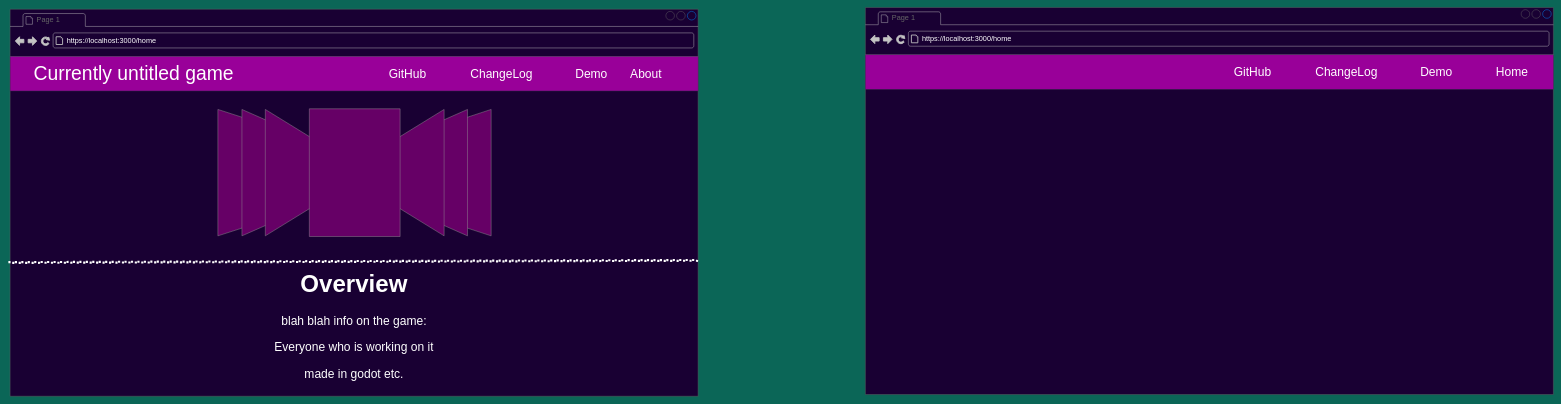
Before: MERN_November/Project/Diagrams/landing pagee.drawio in TKnowland/CodingDojo, a draw.io diagram. Source tidied: cells renumbered, new cells numbered last; positions are measured from the earlier drawing's top-left corner, leaving out a move shared by most shapes. Both pictures are drawn from the tidied source at 43%, with x=0, y=0 at pixel (8, 7).
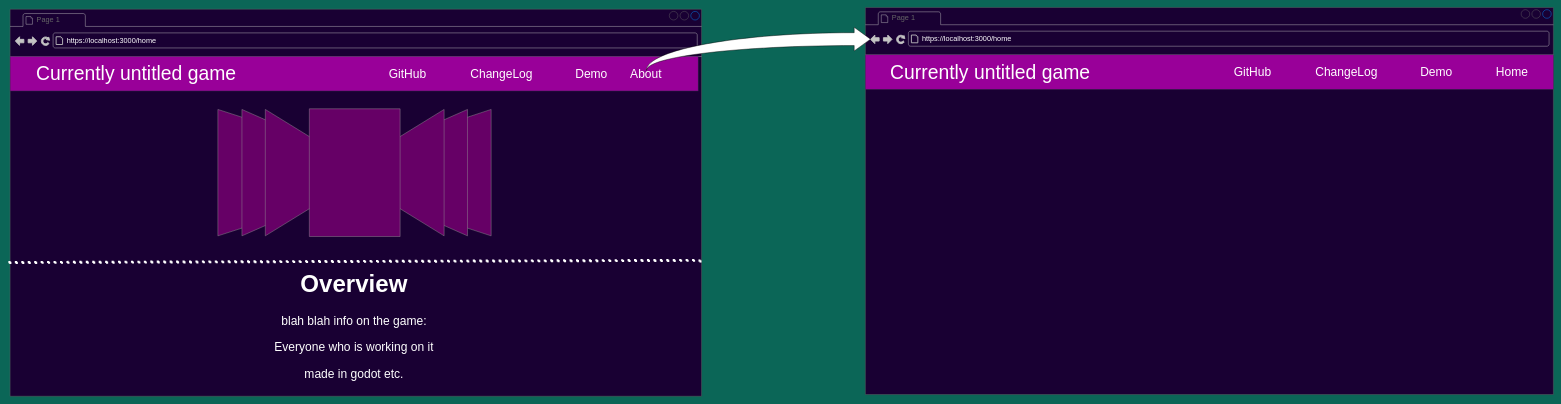
After the change.

Unchanged cells that the change refers to:
```xml
<mxCell id="12" style="strokeWidth=1;shadow=0;dashed=0;align=center;html=1;shape=mxgraph.mockup.containers.browserWindow;rSize=0;strokeColor=#666666;strokeColor2=#008cff;strokeColor3=#c4c4c4;mainText=,;fillColor=#190033;" parent="7" vertex="1">
  <mxGeometry x="1993" width="1600" height="900" as="geometry" />
</mxCell>
```

The edit, as a diff of the source:
```diff
@@
     <mxCell id="2" style="strokeWidth=1;shadow=0;dashed=0;align=center;html=1;shape=mxgraph.mockup.containers.browserWindow;rSize=0;strokeColor=#666666;strokeColor2=#008cff;strokeColor3=#c4c4c4;mainText=,;fillColor=#190033;" parent="1" vertex="1">
-      <mxGeometry x="4" y="4" width="1600" height="900" as="geometry" />
+      <mxGeometry x="4" y="4" width="1608" height="900" as="geometry" />
     </mxCell>
@@
+    <mxCell id="8" style="rounded=0;whiteSpace=wrap;html=1;strokeColor=#432D57;fontSize=28;fontColor=#ffffff;fillColor=#990099;" parent="2" vertex="1">
+      <mxGeometry y="110" width="1600" height="80" as="geometry" />
+    </mxCell>
+    <mxCell id="11" value="Currently untitled game" style="text;html=1;strokeColor=none;fillColor=none;align=center;verticalAlign=middle;whiteSpace=wrap;rounded=0;fontSize=45;fontColor=#FFFFFF;" parent="2" vertex="1">
+      <mxGeometry x="26" y="123" width="535" height="54" as="geometry" />
+    </mxCell>
@@
-    <mxCell id="8" style="rounded=0;whiteSpace=wrap;html=1;strokeColor=#432D57;fontSize=28;fontColor=#ffffff;fillColor=#990099;" parent="7" vertex="1">
-      <mxGeometry x="4" y="114" width="1600" height="80" as="geometry" />
-    </mxCell>
@@
-    <mxCell id="11" value="Currently untitled game" style="text;html=1;strokeColor=none;fillColor=none;align=center;verticalAlign=middle;whiteSpace=wrap;rounded=0;fontSize=45;fontColor=#FFFFFF;" parent="7" vertex="1">
-      <mxGeometry x="24" y="127" width="535" height="54" as="geometry" />
-    </mxCell>
@@
+    <mxCell id="23" value="Currently untitled game" style="text;html=1;strokeColor=none;fillColor=none;align=center;verticalAlign=middle;whiteSpace=wrap;rounded=0;fontSize=45;fontColor=#FFFFFF;" parent="12" vertex="1">
+      <mxGeometry x="23" y="123" width="535" height="54" as="geometry" />
+    </mxCell>
@@
+    <mxCell id="24" style="html=1;shadow=0;dashed=0;align=center;verticalAlign=middle;shape=mxgraph.arrows2.jumpInArrow;dy=15;dx=38;arrowHead=55;" parent="7" vertex="1">
+      <mxGeometry x="1484" y="46" width="521" height="100" as="geometry" />
+    </mxCell>
```
